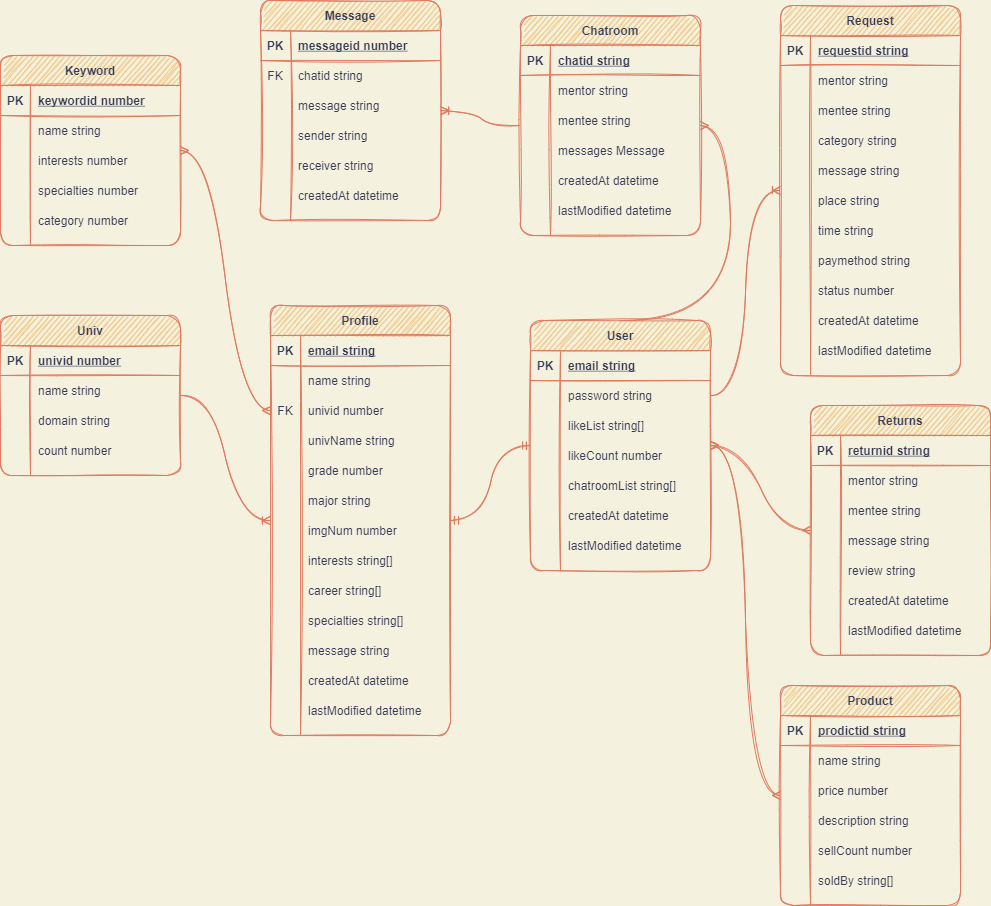
Before: diagram/erd.png, a diagram exported from draw.io (chu-98/HackApp). Source tidied: cells renumbered, new cells last; positions are measured from the earlier drawing's top-left corner, leaving out a move shared by most shapes.
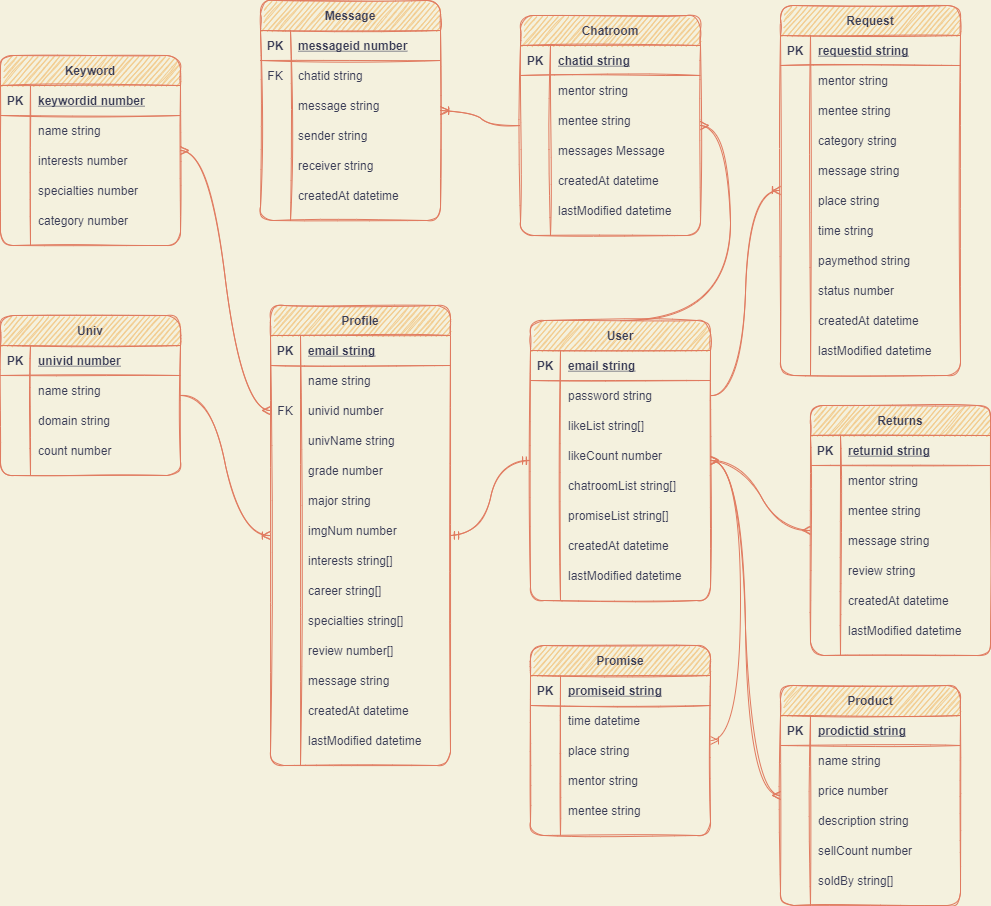
The same file after the commit.

Diff of the diagram source:
```diff
@@ -9,7 +9,7 @@
       <mxGeometry relative="1" as="geometry" />
     </mxCell>
     <mxCell id="4" value="User" style="shape=table;startSize=30;rowLines=0;fontStyle=1;align=center;rounded=1;sketch=1;fillColor=#F2CC8F;strokeColor=#E07A5F;fontColor=#393C56;" parent="1" vertex="1">
-      <mxGeometry x="530" y="320" width="180" height="250" as="geometry" />
+      <mxGeometry x="530" y="320" width="180" height="280" as="geometry" />
     </mxCell>
     <mxCell id="5" style="shape=partialRectangle;fillColor=none;top=0;left=0;bottom=1;right=0;rounded=1;sketch=1;strokeColor=#E07A5F;fontColor=#393C56;" parent="4" vertex="1">
       <mxGeometry y="30" width="180" height="30" as="geometry" />
@@ -56,8 +56,17 @@
     <mxCell id="19" value="chatroomList string[]" style="shape=partialRectangle;fillColor=none;top=0;left=0;bottom=0;right=0;align=left;spacingLeft=6;overflow=hidden;rounded=1;sketch=1;strokeColor=#E07A5F;fontColor=#393C56;" parent="17" vertex="1">
       <mxGeometry x="30" width="150" height="30" as="geometry" />
     </mxCell>
+    <mxCell id="214" style="shape=partialRectangle;fillColor=none;top=0;left=0;bottom=0;right=0;strokeColor=#E07A5F;fontColor=#393C56;" parent="4" vertex="1">
+      <mxGeometry y="180" width="180" height="30" as="geometry" />
+    </mxCell>
+    <mxCell id="215" style="shape=partialRectangle;fillColor=none;top=0;left=0;bottom=0;right=0;overflow=hidden;strokeColor=#E07A5F;fontColor=#393C56;" parent="214" vertex="1">
+      <mxGeometry width="30" height="30" as="geometry" />
+    </mxCell>
+    <mxCell id="216" value="promiseList string[]" style="shape=partialRectangle;fillColor=none;top=0;left=0;bottom=0;right=0;align=left;spacingLeft=6;overflow=hidden;strokeColor=#E07A5F;fontColor=#393C56;" parent="214" vertex="1">
+      <mxGeometry x="30" width="150" height="30" as="geometry" />
+    </mxCell>
     <mxCell id="20" style="shape=partialRectangle;fillColor=none;top=0;left=0;bottom=0;right=0;rounded=1;sketch=1;strokeColor=#E07A5F;fontColor=#393C56;" parent="4" vertex="1">
-      <mxGeometry y="180" width="180" height="30" as="geometry" />
+      <mxGeometry y="210" width="180" height="30" as="geometry" />
     </mxCell>
     <mxCell id="21" style="shape=partialRectangle;fillColor=none;top=0;left=0;bottom=0;right=0;fontStyle=0;overflow=hidden;rounded=1;sketch=1;strokeColor=#E07A5F;fontColor=#393C56;" parent="20" vertex="1">
       <mxGeometry width="30" height="30" as="geometry" />
@@ -66,7 +75,7 @@
       <mxGeometry x="30" width="150" height="30" as="geometry" />
     </mxCell>
     <mxCell id="23" style="shape=partialRectangle;fillColor=none;top=0;left=0;bottom=0;right=0;rounded=1;sketch=1;strokeColor=#E07A5F;fontColor=#393C56;" parent="4" vertex="1">
-      <mxGeometry y="210" width="180" height="30" as="geometry" />
+      <mxGeometry y="240" width="180" height="30" as="geometry" />
     </mxCell>
     <mxCell id="24" style="shape=partialRectangle;fillColor=none;top=0;left=0;bottom=0;right=0;overflow=hidden;rounded=1;sketch=1;strokeColor=#E07A5F;fontColor=#393C56;" parent="23" vertex="1">
       <mxGeometry width="30" height="30" as="geometry" />
@@ -75,7 +84,7 @@
       <mxGeometry x="30" width="150" height="30" as="geometry" />
     </mxCell>
     <mxCell id="26" value="Profile" style="shape=table;startSize=30;rowLines=0;fontStyle=1;align=center;rounded=1;sketch=1;fillColor=#F2CC8F;strokeColor=#E07A5F;fontColor=#393C56;" parent="1" vertex="1">
-      <mxGeometry x="270" y="305" width="180" height="430" as="geometry" />
+      <mxGeometry x="270" y="305" width="180" height="460" as="geometry" />
     </mxCell>
     <mxCell id="27" style="shape=partialRectangle;fillColor=none;top=0;left=0;bottom=1;right=0;rounded=1;sketch=1;strokeColor=#E07A5F;fontColor=#393C56;" parent="26" vertex="1">
       <mxGeometry y="30" width="180" height="30" as="geometry" />
@@ -86,13 +95,13 @@
     <mxCell id="29" value="email string" style="shape=partialRectangle;fillColor=none;top=0;left=0;bottom=0;right=0;align=left;spacingLeft=6;fontStyle=5;overflow=hidden;rounded=1;sketch=1;strokeColor=#E07A5F;fontColor=#393C56;" parent="27" vertex="1">
       <mxGeometry x="30" width="150" height="30" as="geometry" />
     </mxCell>
-    <mxCell id="30" style="shape=partialRectangle;fillColor=none;top=0;left=0;bottom=0;right=0;strokeColor=#E07A5F;fontColor=#393C56;" parent="26" vertex="1">
+    <mxCell id="30" style="shape=partialRectangle;fillColor=none;top=0;left=0;bottom=0;right=0;rounded=1;sketch=1;strokeColor=#E07A5F;fontColor=#393C56;" parent="26" vertex="1">
       <mxGeometry y="60" width="180" height="30" as="geometry" />
     </mxCell>
-    <mxCell id="31" style="shape=partialRectangle;fillColor=none;top=0;left=0;bottom=0;right=0;overflow=hidden;strokeColor=#E07A5F;fontColor=#393C56;" parent="30" vertex="1">
+    <mxCell id="31" style="shape=partialRectangle;fillColor=none;top=0;left=0;bottom=0;right=0;overflow=hidden;rounded=1;sketch=1;strokeColor=#E07A5F;fontColor=#393C56;" parent="30" vertex="1">
       <mxGeometry width="30" height="30" as="geometry" />
     </mxCell>
-    <mxCell id="32" value="name string" style="shape=partialRectangle;fillColor=none;top=0;left=0;bottom=0;right=0;align=left;spacingLeft=6;overflow=hidden;strokeColor=#E07A5F;fontColor=#393C56;" parent="30" vertex="1">
+    <mxCell id="32" value="name string" style="shape=partialRectangle;fillColor=none;top=0;left=0;bottom=0;right=0;align=left;spacingLeft=6;overflow=hidden;rounded=1;sketch=1;strokeColor=#E07A5F;fontColor=#393C56;" parent="30" vertex="1">
       <mxGeometry x="30" width="150" height="30" as="geometry" />
     </mxCell>
     <mxCell id="33" style="shape=partialRectangle;fillColor=none;top=0;left=0;bottom=0;right=0;points=[[0,0.5],[1,0.5]];portConstraint=eastwest;rounded=1;sketch=1;strokeColor=#E07A5F;fontColor=#393C56;" parent="26" vertex="1">
@@ -167,8 +176,17 @@
     <mxCell id="56" value="specialties string[]" style="shape=partialRectangle;fillColor=none;top=0;left=0;bottom=0;right=0;align=left;spacingLeft=6;overflow=hidden;rounded=1;sketch=1;strokeColor=#E07A5F;fontColor=#393C56;" parent="54" vertex="1">
       <mxGeometry x="30" width="150" height="30" as="geometry" />
     </mxCell>
+    <mxCell id="217" style="shape=partialRectangle;fillColor=none;top=0;left=0;bottom=0;right=0;rounded=1;sketch=1;strokeColor=#E07A5F;fontColor=#393C56;" parent="26" vertex="1">
+      <mxGeometry y="330" width="180" height="30" as="geometry" />
+    </mxCell>
+    <mxCell id="218" style="shape=partialRectangle;fillColor=none;top=0;left=0;bottom=0;right=0;overflow=hidden;rounded=1;sketch=1;strokeColor=#E07A5F;fontColor=#393C56;" parent="217" vertex="1">
+      <mxGeometry width="30" height="30" as="geometry" />
+    </mxCell>
+    <mxCell id="219" value="review number[]" style="shape=partialRectangle;fillColor=none;top=0;left=0;bottom=0;right=0;align=left;spacingLeft=6;overflow=hidden;rounded=1;sketch=1;strokeColor=#E07A5F;fontColor=#393C56;" parent="217" vertex="1">
+      <mxGeometry x="30" width="150" height="30" as="geometry" />
+    </mxCell>
     <mxCell id="57" style="shape=partialRectangle;fillColor=none;top=0;left=0;bottom=0;right=0;rounded=1;sketch=1;strokeColor=#E07A5F;fontColor=#393C56;" parent="26" vertex="1">
-      <mxGeometry y="330" width="180" height="30" as="geometry" />
+      <mxGeometry y="360" width="180" height="30" as="geometry" />
     </mxCell>
     <mxCell id="58" style="shape=partialRectangle;fillColor=none;top=0;left=0;bottom=0;right=0;overflow=hidden;rounded=1;sketch=1;strokeColor=#E07A5F;fontColor=#393C56;" parent="57" vertex="1">
       <mxGeometry width="30" height="30" as="geometry" />
@@ -177,7 +195,7 @@
       <mxGeometry x="30" width="150" height="30" as="geometry" />
     </mxCell>
     <mxCell id="60" style="shape=partialRectangle;fillColor=none;top=0;left=0;bottom=0;right=0;rounded=1;sketch=1;strokeColor=#E07A5F;fontColor=#393C56;" parent="26" vertex="1">
-      <mxGeometry y="360" width="180" height="30" as="geometry" />
+      <mxGeometry y="390" width="180" height="30" as="geometry" />
     </mxCell>
     <mxCell id="61" style="shape=partialRectangle;fillColor=none;top=0;left=0;bottom=0;right=0;overflow=hidden;rounded=1;sketch=1;strokeColor=#E07A5F;fontColor=#393C56;" parent="60" vertex="1">
       <mxGeometry width="30" height="30" as="geometry" />
@@ -186,7 +204,7 @@
       <mxGeometry x="30" width="150" height="30" as="geometry" />
     </mxCell>
     <mxCell id="63" style="shape=partialRectangle;fillColor=none;top=0;left=0;bottom=0;right=0;rounded=1;sketch=1;strokeColor=#E07A5F;fontColor=#393C56;" parent="26" vertex="1">
-      <mxGeometry y="390" width="180" height="30" as="geometry" />
+      <mxGeometry y="420" width="180" height="30" as="geometry" />
     </mxCell>
     <mxCell id="64" style="shape=partialRectangle;fillColor=none;top=0;left=0;bottom=0;right=0;overflow=hidden;rounded=1;sketch=1;strokeColor=#E07A5F;fontColor=#393C56;" parent="63" vertex="1">
       <mxGeometry width="30" height="30" as="geometry" />
@@ -299,13 +317,13 @@
     <mxCell id="100" value="category string" style="shape=partialRectangle;fillColor=none;top=0;left=0;bottom=0;right=0;align=left;spacingLeft=6;overflow=hidden;rounded=1;sketch=1;strokeColor=#E07A5F;fontColor=#393C56;" parent="98" vertex="1">
       <mxGeometry x="30" width="150" height="30" as="geometry" />
     </mxCell>
-    <mxCell id="101" style="shape=partialRectangle;fillColor=none;top=0;left=0;bottom=0;right=0;strokeColor=#E07A5F;fontColor=#393C56;" parent="88" vertex="1">
+    <mxCell id="101" style="shape=partialRectangle;fillColor=none;top=0;left=0;bottom=0;right=0;rounded=1;sketch=1;strokeColor=#E07A5F;fontColor=#393C56;" parent="88" vertex="1">
       <mxGeometry y="150" width="180" height="30" as="geometry" />
     </mxCell>
-    <mxCell id="102" style="shape=partialRectangle;fillColor=none;top=0;left=0;bottom=0;right=0;overflow=hidden;strokeColor=#E07A5F;fontColor=#393C56;" parent="101" vertex="1">
+    <mxCell id="102" style="shape=partialRectangle;fillColor=none;top=0;left=0;bottom=0;right=0;overflow=hidden;rounded=1;sketch=1;strokeColor=#E07A5F;fontColor=#393C56;" parent="101" vertex="1">
       <mxGeometry width="30" height="30" as="geometry" />
     </mxCell>
-    <mxCell id="103" value="message string" style="shape=partialRectangle;fillColor=none;top=0;left=0;bottom=0;right=0;align=left;spacingLeft=6;overflow=hidden;strokeColor=#E07A5F;fontColor=#393C56;" parent="101" vertex="1">
+    <mxCell id="103" value="message string" style="shape=partialRectangle;fillColor=none;top=0;left=0;bottom=0;right=0;align=left;spacingLeft=6;overflow=hidden;rounded=1;sketch=1;strokeColor=#E07A5F;fontColor=#393C56;" parent="101" vertex="1">
       <mxGeometry x="30" width="150" height="30" as="geometry" />
     </mxCell>
     <mxCell id="104" style="shape=partialRectangle;fillColor=none;top=0;left=0;bottom=0;right=0;rounded=1;sketch=1;strokeColor=#E07A5F;fontColor=#393C56;" parent="88" vertex="1">
@@ -317,13 +335,13 @@
     <mxCell id="106" value="place string" style="shape=partialRectangle;fillColor=none;top=0;left=0;bottom=0;right=0;align=left;spacingLeft=6;overflow=hidden;rounded=1;sketch=1;strokeColor=#E07A5F;fontColor=#393C56;" parent="104" vertex="1">
       <mxGeometry x="30" width="150" height="30" as="geometry" />
     </mxCell>
-    <mxCell id="107" style="shape=partialRectangle;fillColor=none;top=0;left=0;bottom=0;right=0;strokeColor=#E07A5F;fontColor=#393C56;" parent="88" vertex="1">
+    <mxCell id="107" style="shape=partialRectangle;fillColor=none;top=0;left=0;bottom=0;right=0;rounded=1;sketch=1;strokeColor=#E07A5F;fontColor=#393C56;" parent="88" vertex="1">
       <mxGeometry y="210" width="180" height="30" as="geometry" />
     </mxCell>
-    <mxCell id="108" style="shape=partialRectangle;fillColor=none;top=0;left=0;bottom=0;right=0;overflow=hidden;strokeColor=#E07A5F;fontColor=#393C56;" parent="107" vertex="1">
+    <mxCell id="108" style="shape=partialRectangle;fillColor=none;top=0;left=0;bottom=0;right=0;overflow=hidden;rounded=1;sketch=1;strokeColor=#E07A5F;fontColor=#393C56;" parent="107" vertex="1">
       <mxGeometry width="30" height="30" as="geometry" />
     </mxCell>
-    <mxCell id="109" value="time string" style="shape=partialRectangle;fillColor=none;top=0;left=0;bottom=0;right=0;align=left;spacingLeft=6;overflow=hidden;strokeColor=#E07A5F;fontColor=#393C56;" parent="107" vertex="1">
+    <mxCell id="109" value="time string" style="shape=partialRectangle;fillColor=none;top=0;left=0;bottom=0;right=0;align=left;spacingLeft=6;overflow=hidden;rounded=1;sketch=1;strokeColor=#E07A5F;fontColor=#393C56;" parent="107" vertex="1">
       <mxGeometry x="30" width="150" height="30" as="geometry" />
     </mxCell>
     <mxCell id="110" style="shape=partialRectangle;fillColor=none;top=0;left=0;bottom=0;right=0;rounded=1;sketch=1;strokeColor=#E07A5F;fontColor=#393C56;" parent="88" vertex="1">
@@ -494,22 +512,22 @@
     <mxCell id="165" value="interests number" style="shape=partialRectangle;fillColor=none;top=0;left=0;bottom=0;right=0;align=left;spacingLeft=6;overflow=hidden;rounded=1;sketch=1;strokeColor=#E07A5F;fontColor=#393C56;" parent="163" vertex="1">
       <mxGeometry x="30" width="150" height="30" as="geometry" />
     </mxCell>
-    <mxCell id="166" style="shape=partialRectangle;fillColor=none;top=0;left=0;bottom=0;right=0;strokeColor=#E07A5F;fontColor=#393C56;" parent="156" vertex="1">
+    <mxCell id="166" style="shape=partialRectangle;fillColor=none;top=0;left=0;bottom=0;right=0;rounded=1;sketch=1;strokeColor=#E07A5F;fontColor=#393C56;" parent="156" vertex="1">
       <mxGeometry y="120" width="180" height="30" as="geometry" />
     </mxCell>
-    <mxCell id="167" style="shape=partialRectangle;fillColor=none;top=0;left=0;bottom=0;right=0;overflow=hidden;strokeColor=#E07A5F;fontColor=#393C56;" parent="166" vertex="1">
+    <mxCell id="167" style="shape=partialRectangle;fillColor=none;top=0;left=0;bottom=0;right=0;overflow=hidden;rounded=1;sketch=1;strokeColor=#E07A5F;fontColor=#393C56;" parent="166" vertex="1">
       <mxGeometry width="30" height="30" as="geometry" />
     </mxCell>
-    <mxCell id="168" value="specialties number" style="shape=partialRectangle;fillColor=none;top=0;left=0;bottom=0;right=0;align=left;spacingLeft=6;overflow=hidden;strokeColor=#E07A5F;fontColor=#393C56;" parent="166" vertex="1">
+    <mxCell id="168" value="specialties number" style="shape=partialRectangle;fillColor=none;top=0;left=0;bottom=0;right=0;align=left;spacingLeft=6;overflow=hidden;rounded=1;sketch=1;strokeColor=#E07A5F;fontColor=#393C56;" parent="166" vertex="1">
       <mxGeometry x="30" width="150" height="30" as="geometry" />
     </mxCell>
-    <mxCell id="169" style="shape=partialRectangle;fillColor=none;top=0;left=0;bottom=0;right=0;strokeColor=#E07A5F;fontColor=#393C56;" parent="156" vertex="1">
+    <mxCell id="169" style="shape=partialRectangle;fillColor=none;top=0;left=0;bottom=0;right=0;rounded=1;sketch=1;strokeColor=#E07A5F;fontColor=#393C56;" parent="156" vertex="1">
       <mxGeometry y="150" width="180" height="30" as="geometry" />
     </mxCell>
-    <mxCell id="170" style="shape=partialRectangle;fillColor=none;top=0;left=0;bottom=0;right=0;overflow=hidden;strokeColor=#E07A5F;fontColor=#393C56;" parent="169" vertex="1">
+    <mxCell id="170" style="shape=partialRectangle;fillColor=none;top=0;left=0;bottom=0;right=0;overflow=hidden;rounded=1;sketch=1;strokeColor=#E07A5F;fontColor=#393C56;" parent="169" vertex="1">
       <mxGeometry width="30" height="30" as="geometry" />
     </mxCell>
-    <mxCell id="171" value="category number" style="shape=partialRectangle;fillColor=none;top=0;left=0;bottom=0;right=0;align=left;spacingLeft=6;overflow=hidden;strokeColor=#E07A5F;fontColor=#393C56;" parent="169" vertex="1">
+    <mxCell id="171" value="category number" style="shape=partialRectangle;fillColor=none;top=0;left=0;bottom=0;right=0;align=left;spacingLeft=6;overflow=hidden;rounded=1;sketch=1;strokeColor=#E07A5F;fontColor=#393C56;" parent="169" vertex="1">
       <mxGeometry x="30" width="150" height="30" as="geometry" />
     </mxCell>
     <mxCell id="172" style="edgeStyle=entityRelationEdgeStyle;fontSize=12;html=1;endArrow=ERoneToMany;sketch=1;curved=1;labelBackgroundColor=#F4F1DE;strokeColor=#E07A5F;fontColor=#393C56;" parent="1" edge="1" source="143" target="26">
@@ -638,5 +656,56 @@
     <mxCell id="213" style="edgeStyle=entityRelationEdgeStyle;fontSize=12;html=1;endArrow=ERmany;startArrow=ERmany;sketch=1;curved=1;labelBackgroundColor=#F4F1DE;strokeColor=#E07A5F;fontColor=#393C56;" parent="1" edge="1" source="4" target="194">
       <mxGeometry relative="1" as="geometry" />
     </mxCell>
+    <mxCell id="220" value="Promise" style="shape=table;startSize=30;rowLines=0;fontStyle=1;align=center;rounded=1;sketch=1;fillColor=#F2CC8F;strokeColor=#E07A5F;fontColor=#393C56;" parent="1" vertex="1">
+      <mxGeometry x="530" y="645" width="180" height="190" as="geometry" />
+    </mxCell>
+    <mxCell id="221" style="shape=partialRectangle;fillColor=none;top=0;left=0;bottom=1;right=0;rounded=1;sketch=1;strokeColor=#E07A5F;fontColor=#393C56;" parent="220" vertex="1">
+      <mxGeometry y="30" width="180" height="30" as="geometry" />
+    </mxCell>
+    <mxCell id="222" value="PK" style="shape=partialRectangle;fillColor=none;top=0;left=0;bottom=0;right=0;fontStyle=1;overflow=hidden;rounded=1;sketch=1;strokeColor=#E07A5F;fontColor=#393C56;" parent="221" vertex="1">
+      <mxGeometry width="30" height="30" as="geometry" />
+    </mxCell>
+    <mxCell id="223" value="promiseid string" style="shape=partialRectangle;fillColor=none;top=0;left=0;bottom=0;right=0;align=left;spacingLeft=6;fontStyle=5;overflow=hidden;rounded=1;sketch=1;strokeColor=#E07A5F;fontColor=#393C56;" parent="221" vertex="1">
+      <mxGeometry x="30" width="150" height="30" as="geometry" />
+    </mxCell>
+    <mxCell id="224" style="shape=partialRectangle;fillColor=none;top=0;left=0;bottom=0;right=0;rounded=1;sketch=1;strokeColor=#E07A5F;fontColor=#393C56;" parent="220" vertex="1">
+      <mxGeometry y="60" width="180" height="30" as="geometry" />
+    </mxCell>
+    <mxCell id="225" style="shape=partialRectangle;fillColor=none;top=0;left=0;bottom=0;right=0;overflow=hidden;rounded=1;sketch=1;strokeColor=#E07A5F;fontColor=#393C56;" parent="224" vertex="1">
+      <mxGeometry width="30" height="30" as="geometry" />
+    </mxCell>
+    <mxCell id="226" value="time datetime    " style="shape=partialRectangle;fillColor=none;top=0;left=0;bottom=0;right=0;align=left;spacingLeft=6;overflow=hidden;rounded=1;sketch=1;strokeColor=#E07A5F;fontColor=#393C56;" parent="224" vertex="1">
+      <mxGeometry x="30" width="150" height="30" as="geometry" />
+    </mxCell>
+    <mxCell id="227" style="shape=partialRectangle;fillColor=none;top=0;left=0;bottom=0;right=0;rounded=1;sketch=1;strokeColor=#E07A5F;fontColor=#393C56;" parent="220" vertex="1">
+      <mxGeometry y="90" width="180" height="30" as="geometry" />
+    </mxCell>
+    <mxCell id="228" style="shape=partialRectangle;fillColor=none;top=0;left=0;bottom=0;right=0;overflow=hidden;rounded=1;sketch=1;strokeColor=#E07A5F;fontColor=#393C56;" parent="227" vertex="1">
+      <mxGeometry width="30" height="30" as="geometry" />
+    </mxCell>
+    <mxCell id="229" value="place string" style="shape=partialRectangle;fillColor=none;top=0;left=0;bottom=0;right=0;align=left;spacingLeft=6;overflow=hidden;rounded=1;sketch=1;strokeColor=#E07A5F;fontColor=#393C56;" parent="227" vertex="1">
+      <mxGeometry x="30" width="150" height="30" as="geometry" />
+    </mxCell>
+    <mxCell id="230" style="shape=partialRectangle;fillColor=none;top=0;left=0;bottom=0;right=0;rounded=1;sketch=1;strokeColor=#E07A5F;fontColor=#393C56;" parent="220" vertex="1">
+      <mxGeometry y="120" width="180" height="30" as="geometry" />
+    </mxCell>
+    <mxCell id="231" style="shape=partialRectangle;fillColor=none;top=0;left=0;bottom=0;right=0;overflow=hidden;rounded=1;sketch=1;strokeColor=#E07A5F;fontColor=#393C56;" parent="230" vertex="1">
+      <mxGeometry width="30" height="30" as="geometry" />
+    </mxCell>
+    <mxCell id="232" value="mentor string" style="shape=partialRectangle;fillColor=none;top=0;left=0;bottom=0;right=0;align=left;spacingLeft=6;overflow=hidden;rounded=1;sketch=1;strokeColor=#E07A5F;fontColor=#393C56;" parent="230" vertex="1">
+      <mxGeometry x="30" width="150" height="30" as="geometry" />
+    </mxCell>
+    <mxCell id="233" style="shape=partialRectangle;fillColor=none;top=0;left=0;bottom=0;right=0;rounded=1;sketch=1;strokeColor=#E07A5F;fontColor=#393C56;" parent="220" vertex="1">
+      <mxGeometry y="150" width="180" height="30" as="geometry" />
+    </mxCell>
+    <mxCell id="234" style="shape=partialRectangle;fillColor=none;top=0;left=0;bottom=0;right=0;overflow=hidden;rounded=1;sketch=1;strokeColor=#E07A5F;fontColor=#393C56;" parent="233" vertex="1">
+      <mxGeometry width="30" height="30" as="geometry" />
+    </mxCell>
+    <mxCell id="235" value="mentee string" style="shape=partialRectangle;fillColor=none;top=0;left=0;bottom=0;right=0;align=left;spacingLeft=6;overflow=hidden;rounded=1;sketch=1;strokeColor=#E07A5F;fontColor=#393C56;" parent="233" vertex="1">
+      <mxGeometry x="30" width="150" height="30" as="geometry" />
+    </mxCell>
+    <mxCell id="236" style="edgeStyle=entityRelationEdgeStyle;fontSize=12;html=1;endArrow=ERoneToMany;curved=1;labelBackgroundColor=#F4F1DE;strokeColor=#E07A5F;fontColor=#393C56;" parent="1" edge="1" source="4" target="220">
+      <mxGeometry relative="1" as="geometry" />
+    </mxCell>
   </root>
 </mxGraphModel>
```
